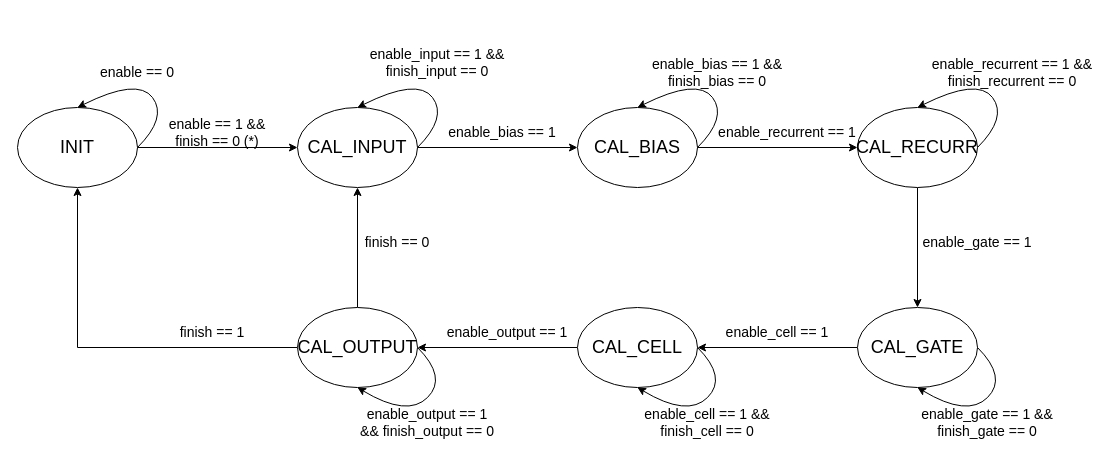
The draw.io diagram page "LSTM unit state machine" (6 of 7) of doc/LSTMAccelerator.drawio in newfrogg/LSTMAccelerator, before the edit. Source tidied: cells renumbered, new cells numbered last; positions are measured from the earlier drawing's top-left corner, leaving out a move shared by most shapes. Both pictures are drawn from the tidied source at 100%, with x=0, y=0 at pixel (17, 47).
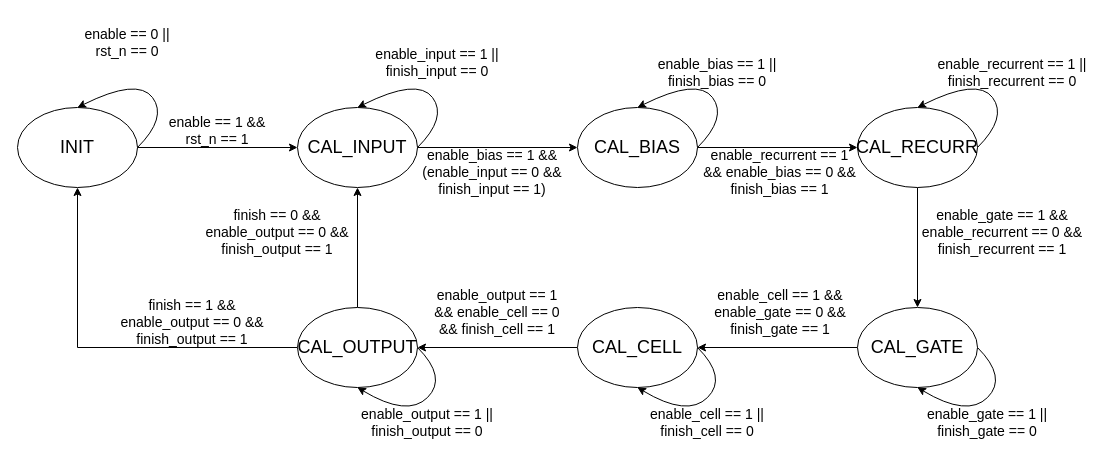
Above is the later version.

Commit message:
update lstm unit state machine and add cal_input state

Change to the diagram source:
```diff
@@
-    <mxCell id="18" value="&lt;font style=&quot;font-size: 14px;&quot;&gt;enable == 0&lt;/font&gt;" style="text;html=1;align=center;verticalAlign=middle;whiteSpace=wrap;rounded=0;" parent="1" vertex="1">
-      <mxGeometry x="70" y="10" width="100" height="30" as="geometry" />
+    <mxCell id="18" value="&lt;font style=&quot;font-size: 14px;&quot;&gt;enable == 0 || rst_n == 0&lt;/font&gt;" style="text;html=1;align=center;verticalAlign=middle;whiteSpace=wrap;rounded=0;" parent="1" vertex="1">
+      <mxGeometry x="60" y="-30" width="100" height="50" as="geometry" />
     </mxCell>
-    <mxCell id="19" value="&lt;font style=&quot;font-size: 14px;&quot;&gt;enable == 1 &amp;amp;&amp;amp; finish == 0 (*)&lt;/font&gt;" style="text;html=1;align=center;verticalAlign=middle;whiteSpace=wrap;rounded=0;" parent="1" vertex="1">
-      <mxGeometry x="150" y="70" width="100" height="30" as="geometry" />
+    <mxCell id="19" value="&lt;font style=&quot;font-size: 14px;&quot;&gt;enable == 1 &amp;amp;&amp;amp; rst_n == 1&lt;/font&gt;" style="text;html=1;align=center;verticalAlign=middle;whiteSpace=wrap;rounded=0;" parent="1" vertex="1">
+      <mxGeometry x="150" y="68" width="100" height="30" as="geometry" />
     </mxCell>
@@
-    <mxCell id="21" value="&lt;font style=&quot;font-size: 14px;&quot;&gt;enable_input == 1 &amp;amp;&amp;amp; finish_input == 0&lt;/font&gt;" style="text;html=1;align=center;verticalAlign=middle;whiteSpace=wrap;rounded=0;" parent="1" vertex="1">
+    <mxCell id="21" value="&lt;font style=&quot;font-size: 14px;&quot;&gt;enable_input == 1 || finish_input == 0&lt;/font&gt;" style="text;html=1;align=center;verticalAlign=middle;whiteSpace=wrap;rounded=0;" parent="1" vertex="1">
       <mxGeometry x="350" width="140" height="30" as="geometry" />
     </mxCell>
-    <mxCell id="22" value="&lt;font style=&quot;font-size: 14px;&quot;&gt;enable_bias == 1&lt;/font&gt;" style="text;html=1;align=center;verticalAlign=middle;whiteSpace=wrap;rounded=0;" parent="1" vertex="1">
-      <mxGeometry x="430" y="70" width="110" height="30" as="geometry" />
+    <mxCell id="22" value="&lt;font style=&quot;font-size: 14px;&quot;&gt;enable_bias == 1 &amp;amp;&amp;amp; (enable_input == 0 &amp;amp;&amp;amp; finish_input == 1)&lt;/font&gt;" style="text;html=1;align=center;verticalAlign=middle;whiteSpace=wrap;rounded=0;" parent="1" vertex="1">
+      <mxGeometry x="400" y="110" width="150" height="30" as="geometry" />
     </mxCell>
@@
-    <mxCell id="24" value="&lt;font style=&quot;font-size: 14px;&quot;&gt;enable_bias == 1 &amp;amp;&amp;amp; finish_bias == 0&lt;/font&gt;" style="text;html=1;align=center;verticalAlign=middle;whiteSpace=wrap;rounded=0;" parent="1" vertex="1">
+    <mxCell id="24" value="&lt;font style=&quot;font-size: 14px;&quot;&gt;enable_bias == 1 || finish_bias == 0&lt;/font&gt;" style="text;html=1;align=center;verticalAlign=middle;whiteSpace=wrap;rounded=0;" parent="1" vertex="1">
       <mxGeometry x="630" y="10" width="140" height="30" as="geometry" />
     </mxCell>
-    <mxCell id="25" value="&lt;font style=&quot;font-size: 14px;&quot;&gt;enable_recurrent == 1&lt;/font&gt;" style="text;html=1;align=center;verticalAlign=middle;whiteSpace=wrap;rounded=0;" parent="1" vertex="1">
-      <mxGeometry x="700" y="70" width="140" height="30" as="geometry" />
+    <mxCell id="25" value="&lt;font style=&quot;font-size: 14px;&quot;&gt;enable_recurrent == 1 &amp;amp;&amp;amp; enable_bias == 0 &amp;amp;&amp;amp; finish_bias == 1&lt;/font&gt;" style="text;html=1;align=center;verticalAlign=middle;whiteSpace=wrap;rounded=0;" parent="1" vertex="1">
+      <mxGeometry x="685" y="110" width="155" height="30" as="geometry" />
     </mxCell>
@@
-    <mxCell id="27" value="&lt;font style=&quot;font-size: 14px;&quot;&gt;enable_recurrent == 1 &amp;amp;&amp;amp; finish_recurrent == 0&lt;/font&gt;" style="text;html=1;align=center;verticalAlign=middle;whiteSpace=wrap;rounded=0;" parent="1" vertex="1">
+    <mxCell id="27" value="&lt;font style=&quot;font-size: 14px;&quot;&gt;enable_recurrent == 1 || finish_recurrent == 0&lt;/font&gt;" style="text;html=1;align=center;verticalAlign=middle;whiteSpace=wrap;rounded=0;" parent="1" vertex="1">
       <mxGeometry x="910" y="10" width="170" height="30" as="geometry" />
     </mxCell>
-    <mxCell id="28" value="&lt;font style=&quot;font-size: 14px;&quot;&gt;enable_gate == 1&lt;/font&gt;" style="text;html=1;align=center;verticalAlign=middle;whiteSpace=wrap;rounded=0;" parent="1" vertex="1">
-      <mxGeometry x="900" y="180" width="120" height="30" as="geometry" />
+    <mxCell id="28" value="&lt;font style=&quot;font-size: 14px;&quot;&gt;enable_gate == 1 &amp;amp;&amp;amp; enable_recurrent == 0 &amp;amp;&amp;amp; finish_recurrent == 1&lt;/font&gt;" style="text;html=1;align=center;verticalAlign=middle;whiteSpace=wrap;rounded=0;" parent="1" vertex="1">
+      <mxGeometry x="900" y="160" width="170" height="50" as="geometry" />
     </mxCell>
@@
-    <mxCell id="30" value="&lt;font style=&quot;font-size: 14px;&quot;&gt;enable_gate == 1 &amp;amp;&amp;amp; finish_gate == 0&lt;/font&gt;" style="text;html=1;align=center;verticalAlign=middle;whiteSpace=wrap;rounded=0;" parent="1" vertex="1">
+    <mxCell id="30" value="&lt;font style=&quot;font-size: 14px;&quot;&gt;enable_gate == 1 || finish_gate == 0&lt;/font&gt;" style="text;html=1;align=center;verticalAlign=middle;whiteSpace=wrap;rounded=0;" parent="1" vertex="1">
       <mxGeometry x="900" y="360" width="140" height="30" as="geometry" />
     </mxCell>
-    <mxCell id="31" value="&lt;font style=&quot;font-size: 14px;&quot;&gt;enable_cell == 1&lt;/font&gt;" style="text;html=1;align=center;verticalAlign=middle;whiteSpace=wrap;rounded=0;" parent="1" vertex="1">
-      <mxGeometry x="690" y="270" width="140" height="30" as="geometry" />
+    <mxCell id="31" value="&lt;font style=&quot;font-size: 14px;&quot;&gt;enable_cell == 1 &amp;amp;&amp;amp; enable_gate == 0 &amp;amp;&amp;amp; finish_gate == 1&lt;/font&gt;" style="text;html=1;align=center;verticalAlign=middle;whiteSpace=wrap;rounded=0;" parent="1" vertex="1">
+      <mxGeometry x="692.5" y="250" width="140" height="30" as="geometry" />
     </mxCell>
@@
-    <mxCell id="33" value="&lt;font style=&quot;font-size: 14px;&quot;&gt;enable_cell == 1 &amp;amp;&amp;amp; finish_cell == 0&lt;/font&gt;" style="text;html=1;align=center;verticalAlign=middle;whiteSpace=wrap;rounded=0;" parent="1" vertex="1">
+    <mxCell id="33" value="&lt;font style=&quot;font-size: 14px;&quot;&gt;enable_cell == 1 || finish_cell == 0&lt;/font&gt;" style="text;html=1;align=center;verticalAlign=middle;whiteSpace=wrap;rounded=0;" parent="1" vertex="1">
       <mxGeometry x="620" y="360" width="140" height="30" as="geometry" />
     </mxCell>
-    <mxCell id="34" value="&lt;font style=&quot;font-size: 14px;&quot;&gt;enable_output == 1&lt;/font&gt;" style="text;html=1;align=center;verticalAlign=middle;whiteSpace=wrap;rounded=0;" parent="1" vertex="1">
-      <mxGeometry x="420" y="270" width="140" height="30" as="geometry" />
+    <mxCell id="34" value="&lt;font style=&quot;font-size: 14px;&quot;&gt;enable_output == 1 &amp;amp;&amp;amp; enable_cell == 0 &amp;amp;&amp;amp; finish_cell == 1&lt;/font&gt;" style="text;html=1;align=center;verticalAlign=middle;whiteSpace=wrap;rounded=0;" parent="1" vertex="1">
+      <mxGeometry x="410" y="240" width="140" height="50" as="geometry" />
     </mxCell>
@@
-    <mxCell id="36" value="&lt;font style=&quot;font-size: 14px;&quot;&gt;enable_output == 1 &amp;amp;&amp;amp; finish_output == 0&lt;/font&gt;" style="text;html=1;align=center;verticalAlign=middle;whiteSpace=wrap;rounded=0;" parent="1" vertex="1">
+    <mxCell id="36" value="&lt;font style=&quot;font-size: 14px;&quot;&gt;enable_output == 1 || finish_output == 0&lt;/font&gt;" style="text;html=1;align=center;verticalAlign=middle;whiteSpace=wrap;rounded=0;" parent="1" vertex="1">
       <mxGeometry x="340" y="360" width="140" height="30" as="geometry" />
     </mxCell>
-    <mxCell id="37" value="&lt;font style=&quot;font-size: 14px;&quot;&gt;finish == 0&lt;/font&gt;" style="text;html=1;align=center;verticalAlign=middle;whiteSpace=wrap;rounded=0;" parent="1" vertex="1">
-      <mxGeometry x="340" y="180" width="80" height="30" as="geometry" />
+    <mxCell id="37" value="&lt;font style=&quot;font-size: 14px;&quot;&gt;finish == 0 &amp;amp;&amp;amp; enable_output == 0 &amp;amp;&amp;amp; finish_output == 1&lt;/font&gt;" style="text;html=1;align=center;verticalAlign=middle;whiteSpace=wrap;rounded=0;" parent="1" vertex="1">
+      <mxGeometry x="180" y="160" width="160" height="50" as="geometry" />
     </mxCell>
-    <mxCell id="38" value="&lt;font style=&quot;font-size: 14px;&quot;&gt;finish == 1&lt;/font&gt;" style="text;html=1;align=center;verticalAlign=middle;whiteSpace=wrap;rounded=0;" parent="1" vertex="1">
-      <mxGeometry x="130" y="270" width="130" height="30" as="geometry" />
+    <mxCell id="38" value="&lt;font style=&quot;font-size: 14px;&quot;&gt;finish == 1 &amp;amp;&amp;amp; enable_output == 0 &amp;amp;&amp;amp; finish_output == 1&lt;/font&gt;" style="text;html=1;align=center;verticalAlign=middle;whiteSpace=wrap;rounded=0;" parent="1" vertex="1">
+      <mxGeometry x="100" y="250" width="150" height="50" as="geometry" />
     </mxCell>
```
